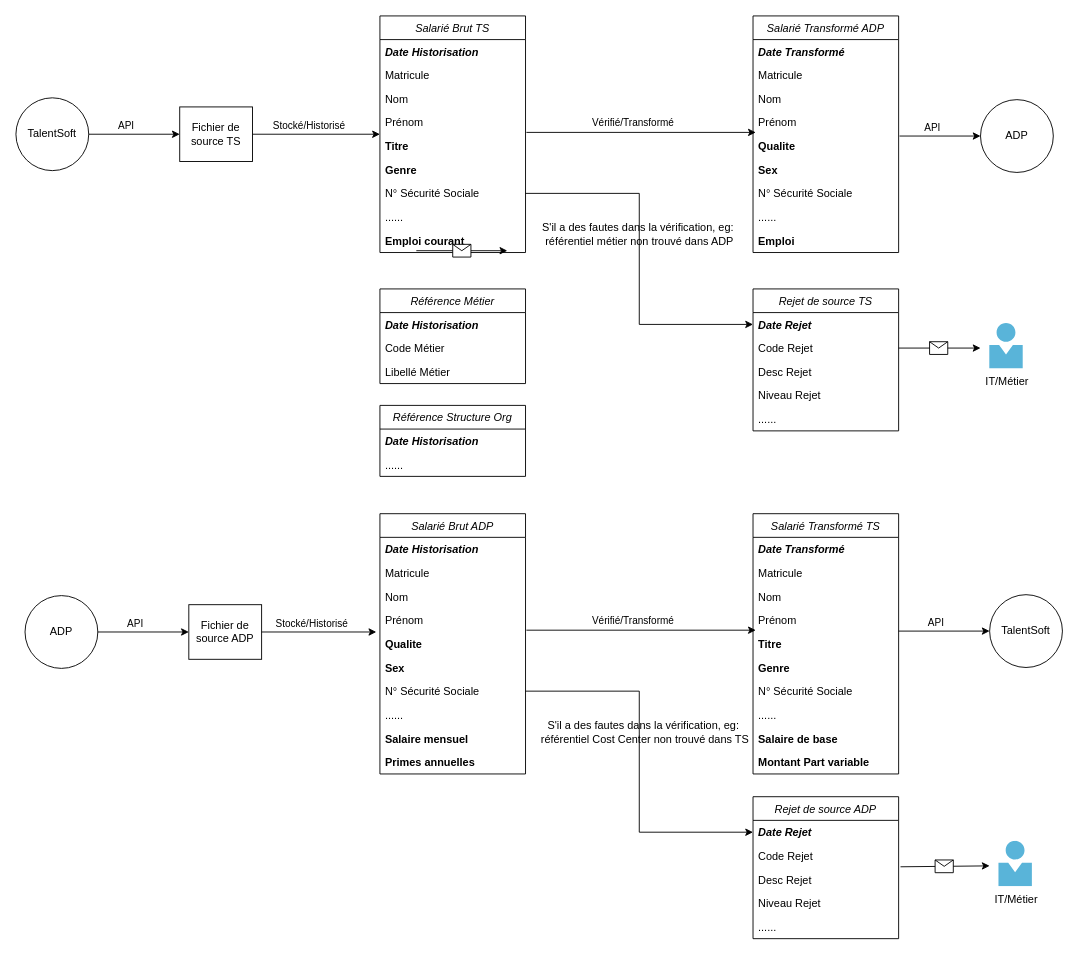
The draw.io diagram Schema Interface SIRH.drawio in YLIUSBI/Motul-Interface-SIRH, before the edit. Source tidied: cells renumbered, new cells numbered last; positions are measured from the earlier drawing's top-left corner, leaving out a move shared by most shapes. Both pictures are drawn from the tidied source at 91%, with x=0, y=0 at pixel (15, 15).
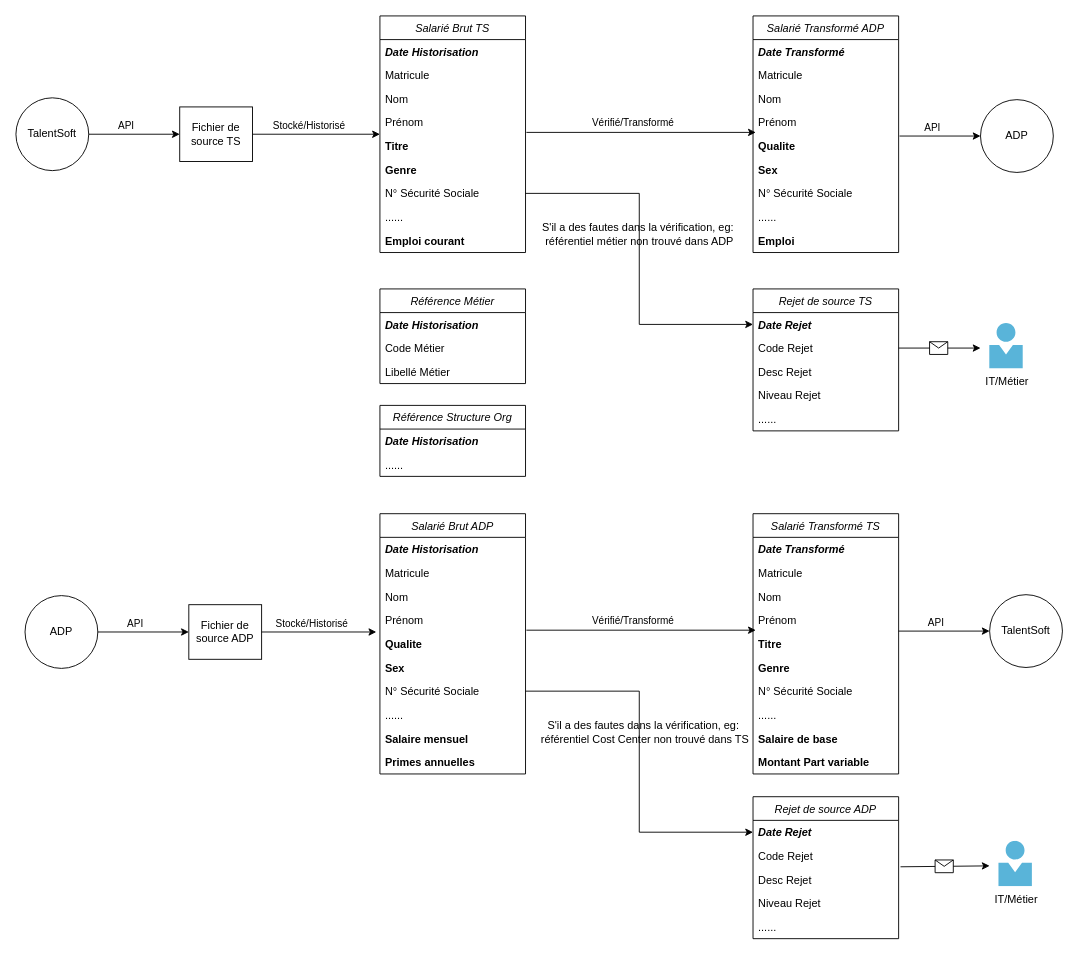
After the change.

Commit message (it also covers changes not shown here):
Mettre à jour Schema Interface SIRH.drawio

Change to the diagram source:
```diff
@@
-    <mxCell id="89" style="endArrow=classic;html=1;rounded=0;" parent="1" edge="1">
-      <mxGeometry relative="1" as="geometry">
-        <mxPoint x="440" y="258" as="sourcePoint" />
-        <mxPoint x="540" y="258" as="targetPoint" />
-      </mxGeometry>
-    </mxCell>
-    <mxCell id="90" style="shape=message;html=1;" parent="89" vertex="1">
-      <mxGeometry width="20" height="14" relative="1" as="geometry">
-        <mxPoint x="-10" y="-7" as="offset" />
-      </mxGeometry>
-    </mxCell>
```
